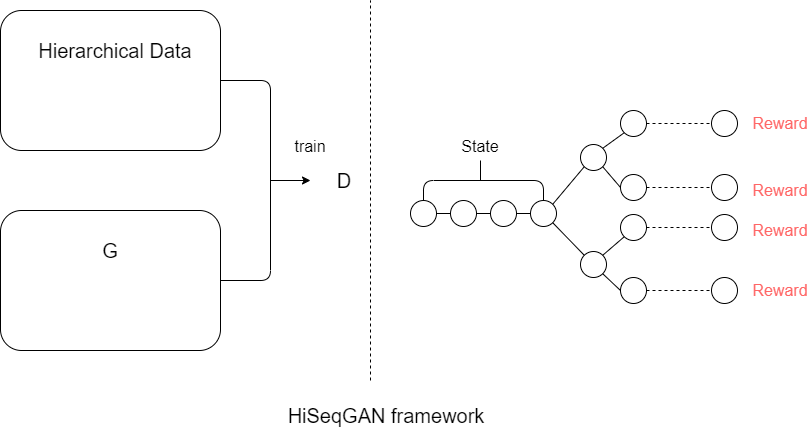
Above: draw.io/hiseq(2).png in lina2360/HiSeqGan (draw.io), before the change. Source tidied: cells renumbered, new cells last; positions are measured from the earlier drawing's top-left corner, leaving out a move shared by most shapes.
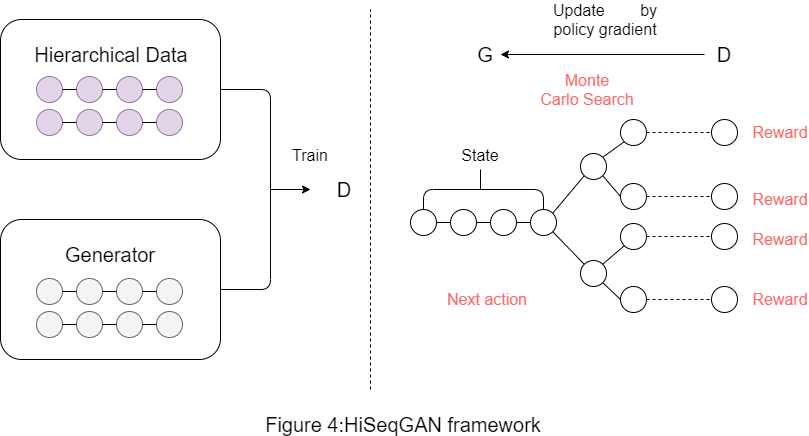
Later version of the same file.

Change to the diagram source:
```diff
@@ -28,17 +28,17 @@
         <mxPoint x="310" y="180" as="targetPoint" />
       </mxGeometry>
     </mxCell>
-    <mxCell id="7" value="&lt;font style=&quot;font-size: 16px&quot;&gt;train&lt;/font&gt;" style="text;html=1;strokeColor=none;fillColor=none;align=center;verticalAlign=middle;whiteSpace=wrap;rounded=0;" parent="1" vertex="1">
+    <mxCell id="7" value="&lt;font style=&quot;font-size: 16px&quot;&gt;Train&lt;/font&gt;" style="text;html=1;strokeColor=none;fillColor=none;align=center;verticalAlign=middle;whiteSpace=wrap;rounded=0;" parent="1" vertex="1">
       <mxGeometry x="290" y="136" width="40" height="20" as="geometry" />
     </mxCell>
     <mxCell id="8" value="&lt;font style=&quot;font-size: 20px&quot;&gt;D&lt;/font&gt;" style="text;html=1;strokeColor=none;fillColor=none;align=center;verticalAlign=middle;whiteSpace=wrap;rounded=0;dashed=1;" parent="1" vertex="1">
       <mxGeometry x="324" y="170" width="40" height="20" as="geometry" />
     </mxCell>
     <mxCell id="9" value="&lt;font style=&quot;font-size: 20px&quot;&gt;Hierarchical Data&lt;/font&gt;" style="text;html=1;strokeColor=none;fillColor=none;align=center;verticalAlign=middle;whiteSpace=wrap;rounded=0;dashed=1;" parent="1" vertex="1">
-      <mxGeometry x="25" y="40" width="180" height="20" as="geometry" />
+      <mxGeometry x="21" y="35" width="180" height="20" as="geometry" />
     </mxCell>
-    <mxCell id="10" value="&lt;span style=&quot;font-size: 20px&quot;&gt;G&lt;/span&gt;" style="text;html=1;strokeColor=none;fillColor=none;align=center;verticalAlign=middle;whiteSpace=wrap;rounded=0;dashed=1;" parent="1" vertex="1">
-      <mxGeometry x="20" y="240" width="180" height="20" as="geometry" />
+    <mxCell id="10" value="&lt;span style=&quot;font-size: 20px&quot;&gt;Generator&lt;/span&gt;" style="text;html=1;strokeColor=none;fillColor=none;align=center;verticalAlign=middle;whiteSpace=wrap;rounded=0;dashed=1;" parent="1" vertex="1">
+      <mxGeometry x="20" y="235" width="180" height="20" as="geometry" />
     </mxCell>
     <mxCell id="11" style="ellipse;whiteSpace=wrap;html=1;" parent="1" vertex="1">
       <mxGeometry x="410" y="200" width="26" height="26" as="geometry" />
@@ -150,8 +150,110 @@
     <mxCell id="44" value="&lt;font style=&quot;font-size: 16px&quot; color=&quot;#ff6666&quot;&gt;Reward&lt;/font&gt;" style="text;html=1;strokeColor=none;fillColor=none;align=center;verticalAlign=middle;whiteSpace=wrap;rounded=0;" parent="1" vertex="1">
       <mxGeometry x="760" y="280" width="40" height="20" as="geometry" />
     </mxCell>
-    <mxCell id="45" value="&lt;font style=&quot;font-size: 20px&quot;&gt;HiSeqGAN framework&lt;/font&gt;" style="text;html=1;strokeColor=none;fillColor=none;align=center;verticalAlign=middle;whiteSpace=wrap;rounded=0;" parent="1" vertex="1">
-      <mxGeometry x="256" y="405" width="260" height="20" as="geometry" />
+    <mxCell id="45" value="&lt;font style=&quot;font-size: 20px&quot;&gt;Figure 4:HiSeqGAN framework&lt;/font&gt;" style="text;html=1;strokeColor=none;fillColor=none;align=center;verticalAlign=middle;whiteSpace=wrap;rounded=0;" parent="1" vertex="1">
+      <mxGeometry x="256" y="405" width="294" height="20" as="geometry" />
     </mxCell>
+    <mxCell id="46" style="ellipse;whiteSpace=wrap;html=1;fillColor=#e1d5e7;strokeColor=#9673a6;" parent="1" vertex="1">
+      <mxGeometry x="36" y="67" width="26" height="26" as="geometry" />
+    </mxCell>
+    <mxCell id="47" style="ellipse;whiteSpace=wrap;html=1;fillColor=#e1d5e7;strokeColor=#9673a6;" parent="1" vertex="1">
+      <mxGeometry x="76" y="67" width="26" height="26" as="geometry" />
+    </mxCell>
+    <mxCell id="48" style="ellipse;whiteSpace=wrap;html=1;fillColor=#e1d5e7;strokeColor=#9673a6;" parent="1" vertex="1">
+      <mxGeometry x="116" y="67" width="26" height="26" as="geometry" />
+    </mxCell>
+    <mxCell id="49" style="ellipse;whiteSpace=wrap;html=1;fillColor=#e1d5e7;strokeColor=#9673a6;" parent="1" vertex="1">
+      <mxGeometry x="156" y="67" width="26" height="26" as="geometry" />
+    </mxCell>
+    <mxCell id="50" style="endArrow=none;html=1;exitX=1;exitY=0.5;exitDx=0;exitDy=0;entryX=0;entryY=0.5;entryDx=0;entryDy=0;" parent="1" edge="1" source="46" target="47">
+      <mxGeometry relative="1" as="geometry" />
+    </mxCell>
+    <mxCell id="51" style="endArrow=none;html=1;exitX=1;exitY=0.5;exitDx=0;exitDy=0;entryX=0;entryY=0.5;entryDx=0;entryDy=0;" parent="1" edge="1" source="47" target="48">
+      <mxGeometry relative="1" as="geometry" />
+    </mxCell>
+    <mxCell id="52" style="endArrow=none;html=1;exitX=1;exitY=0.5;exitDx=0;exitDy=0;entryX=0;entryY=0.5;entryDx=0;entryDy=0;" parent="1" edge="1" source="48" target="49">
+      <mxGeometry relative="1" as="geometry" />
+    </mxCell>
+    <mxCell id="53" style="ellipse;whiteSpace=wrap;html=1;fillColor=#e1d5e7;strokeColor=#9673a6;" parent="1" vertex="1">
+      <mxGeometry x="36" y="100" width="26" height="26" as="geometry" />
+    </mxCell>
+    <mxCell id="54" style="ellipse;whiteSpace=wrap;html=1;fillColor=#e1d5e7;strokeColor=#9673a6;" parent="1" vertex="1">
+      <mxGeometry x="76" y="100" width="26" height="26" as="geometry" />
+    </mxCell>
+    <mxCell id="55" style="ellipse;whiteSpace=wrap;html=1;fillColor=#e1d5e7;strokeColor=#9673a6;" parent="1" vertex="1">
+      <mxGeometry x="116" y="100" width="26" height="26" as="geometry" />
+    </mxCell>
+    <mxCell id="56" style="ellipse;whiteSpace=wrap;html=1;fillColor=#e1d5e7;strokeColor=#9673a6;" parent="1" vertex="1">
+      <mxGeometry x="156" y="100" width="26" height="26" as="geometry" />
+    </mxCell>
+    <mxCell id="57" style="endArrow=none;html=1;exitX=1;exitY=0.5;exitDx=0;exitDy=0;entryX=0;entryY=0.5;entryDx=0;entryDy=0;" parent="1" edge="1" source="53" target="54">
+      <mxGeometry relative="1" as="geometry" />
+    </mxCell>
+    <mxCell id="58" style="endArrow=none;html=1;exitX=1;exitY=0.5;exitDx=0;exitDy=0;entryX=0;entryY=0.5;entryDx=0;entryDy=0;" parent="1" edge="1" source="54" target="55">
+      <mxGeometry relative="1" as="geometry" />
+    </mxCell>
+    <mxCell id="59" style="endArrow=none;html=1;exitX=1;exitY=0.5;exitDx=0;exitDy=0;entryX=0;entryY=0.5;entryDx=0;entryDy=0;" parent="1" edge="1" source="55" target="56">
+      <mxGeometry relative="1" as="geometry" />
+    </mxCell>
+    <mxCell id="60" style="ellipse;whiteSpace=wrap;html=1;fillColor=#f5f5f5;strokeColor=#666666;fontColor=#333333;" parent="1" vertex="1">
+      <mxGeometry x="36" y="269" width="26" height="26" as="geometry" />
+    </mxCell>
+    <mxCell id="61" style="ellipse;whiteSpace=wrap;html=1;fillColor=#f5f5f5;strokeColor=#666666;fontColor=#333333;" parent="1" vertex="1">
+      <mxGeometry x="76" y="269" width="26" height="26" as="geometry" />
+    </mxCell>
+    <mxCell id="62" style="ellipse;whiteSpace=wrap;html=1;fillColor=#f5f5f5;strokeColor=#666666;fontColor=#333333;" parent="1" vertex="1">
+      <mxGeometry x="116" y="269" width="26" height="26" as="geometry" />
+    </mxCell>
+    <mxCell id="63" style="ellipse;whiteSpace=wrap;html=1;fillColor=#f5f5f5;strokeColor=#666666;fontColor=#333333;" parent="1" vertex="1">
+      <mxGeometry x="156" y="269" width="26" height="26" as="geometry" />
+    </mxCell>
+    <mxCell id="64" style="endArrow=none;html=1;exitX=1;exitY=0.5;exitDx=0;exitDy=0;entryX=0;entryY=0.5;entryDx=0;entryDy=0;" parent="1" edge="1" source="60" target="61">
+      <mxGeometry relative="1" as="geometry" />
+    </mxCell>
+    <mxCell id="65" style="endArrow=none;html=1;exitX=1;exitY=0.5;exitDx=0;exitDy=0;entryX=0;entryY=0.5;entryDx=0;entryDy=0;" parent="1" edge="1" source="61" target="62">
+      <mxGeometry relative="1" as="geometry" />
+    </mxCell>
+    <mxCell id="66" style="endArrow=none;html=1;exitX=1;exitY=0.5;exitDx=0;exitDy=0;entryX=0;entryY=0.5;entryDx=0;entryDy=0;" parent="1" edge="1" source="62" target="63">
+      <mxGeometry relative="1" as="geometry" />
+    </mxCell>
+    <mxCell id="67" style="ellipse;whiteSpace=wrap;html=1;fillColor=#f5f5f5;strokeColor=#666666;fontColor=#333333;" parent="1" vertex="1">
+      <mxGeometry x="36" y="302" width="26" height="26" as="geometry" />
+    </mxCell>
+    <mxCell id="68" style="ellipse;whiteSpace=wrap;html=1;fillColor=#f5f5f5;strokeColor=#666666;fontColor=#333333;" parent="1" vertex="1">
+      <mxGeometry x="76" y="302" width="26" height="26" as="geometry" />
+    </mxCell>
+    <mxCell id="69" style="ellipse;whiteSpace=wrap;html=1;fillColor=#f5f5f5;strokeColor=#666666;fontColor=#333333;" parent="1" vertex="1">
+      <mxGeometry x="116" y="302" width="26" height="26" as="geometry" />
+    </mxCell>
+    <mxCell id="70" style="ellipse;whiteSpace=wrap;html=1;fillColor=#f5f5f5;strokeColor=#666666;fontColor=#333333;" parent="1" vertex="1">
+      <mxGeometry x="156" y="302" width="26" height="26" as="geometry" />
+    </mxCell>
+    <mxCell id="71" style="endArrow=none;html=1;exitX=1;exitY=0.5;exitDx=0;exitDy=0;entryX=0;entryY=0.5;entryDx=0;entryDy=0;" parent="1" edge="1" source="67" target="68">
+      <mxGeometry relative="1" as="geometry" />
+    </mxCell>
+    <mxCell id="72" style="endArrow=none;html=1;exitX=1;exitY=0.5;exitDx=0;exitDy=0;entryX=0;entryY=0.5;entryDx=0;entryDy=0;" parent="1" edge="1" source="68" target="69">
+      <mxGeometry relative="1" as="geometry" />
+    </mxCell>
+    <mxCell id="73" style="endArrow=none;html=1;exitX=1;exitY=0.5;exitDx=0;exitDy=0;entryX=0;entryY=0.5;entryDx=0;entryDy=0;" parent="1" edge="1" source="69" target="70">
+      <mxGeometry relative="1" as="geometry" />
+    </mxCell>
+    <mxCell id="74" value="&lt;span style=&quot;font-size: 20px&quot;&gt;G&lt;/span&gt;" style="text;html=1;strokeColor=none;fillColor=none;align=center;verticalAlign=middle;whiteSpace=wrap;rounded=0;dashed=1;" parent="1" vertex="1">
+      <mxGeometry x="470" y="35" width="30" height="20" as="geometry" />
+    </mxCell>
+    <mxCell id="75" value="&lt;font style=&quot;font-size: 20px&quot;&gt;D&lt;/font&gt;" style="text;html=1;strokeColor=none;fillColor=none;align=center;verticalAlign=middle;whiteSpace=wrap;rounded=0;dashed=1;" parent="1" vertex="1">
+      <mxGeometry x="704" y="35" width="40" height="20" as="geometry" />
+    </mxCell>
+    <mxCell id="76" style="endArrow=classic;html=1;exitX=0;exitY=0.5;exitDx=0;exitDy=0;entryX=1;entryY=0.5;entryDx=0;entryDy=0;" parent="1" edge="1" source="75" target="74">
+      <mxGeometry relative="1" as="geometry" />
+    </mxCell>
+    <mxCell id="77" value="&lt;font style=&quot;font-size: 16px&quot;&gt;Update&amp;nbsp; &amp;nbsp; &amp;nbsp; &amp;nbsp; by policy gradient&lt;/font&gt;" style="text;html=1;strokeColor=none;fillColor=none;align=center;verticalAlign=middle;whiteSpace=wrap;rounded=0;" parent="1" vertex="1">
+      <mxGeometry x="540" width="130" height="20" as="geometry" />
+    </mxCell>
+    <mxCell id="78" value="&lt;font style=&quot;font-size: 16px&quot; color=&quot;#ff6666&quot;&gt;Next action&lt;/font&gt;" style="text;html=1;strokeColor=none;fillColor=none;align=center;verticalAlign=middle;whiteSpace=wrap;rounded=0;" parent="1" vertex="1">
+      <mxGeometry x="432" y="282.5" width="110" height="15" as="geometry" />
+    </mxCell>
+    <mxCell id="79" value="&lt;div style=&quot;font-size: 16px&quot;&gt;&lt;font style=&quot;font-size: 16px&quot; color=&quot;#ff6666&quot;&gt;Monte&lt;/font&gt;&lt;/div&gt;&lt;div style=&quot;font-size: 16px&quot;&gt;&lt;font style=&quot;font-size: 16px&quot; color=&quot;#ff6666&quot;&gt;Carlo Search&lt;/font&gt;&lt;/div&gt;" style="text;html=1;strokeColor=none;fillColor=none;align=center;verticalAlign=middle;whiteSpace=wrap;rounded=0;" parent="1" vertex="1">
+      <mxGeometry x="530" y="70" width="114" height="20" as="geometry" />
+    </mxCell>
   </root>
 </mxGraphModel>
```
